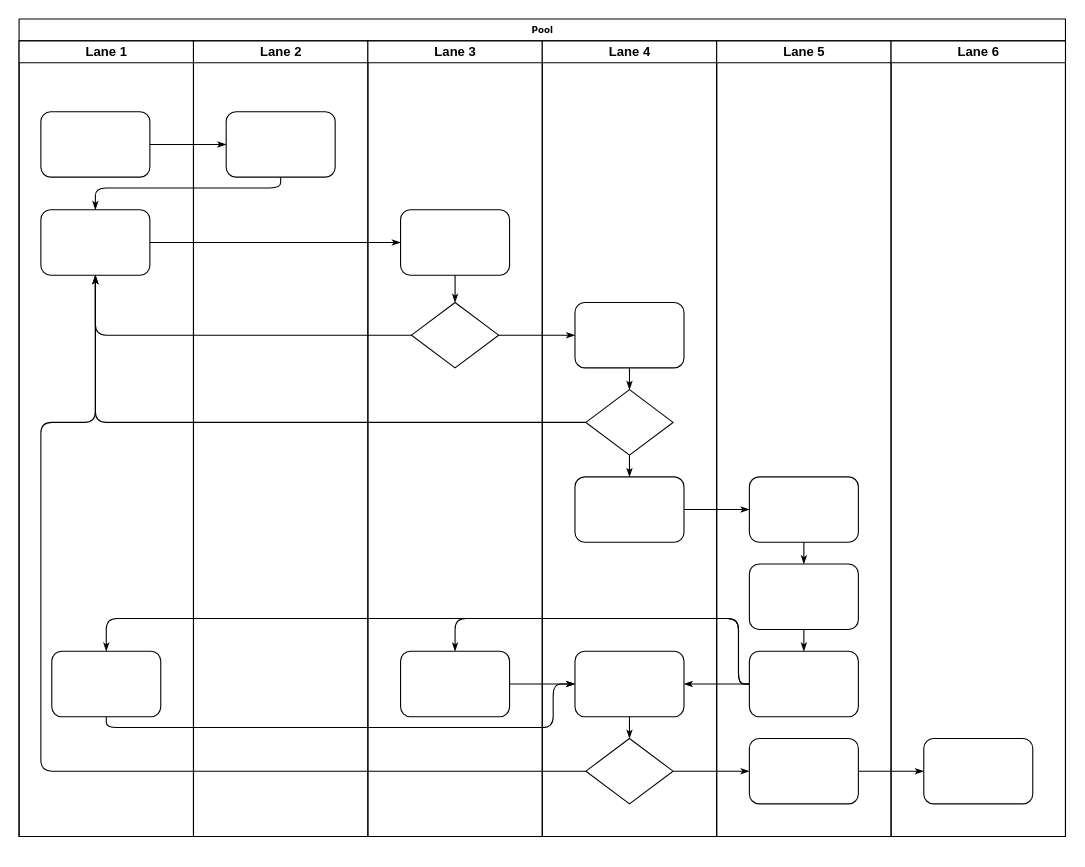
Before: 详细设计流程图.drawio in sachwei/drawio, a draw.io diagram. Source tidied: cells renumbered, new cells numbered last; positions are measured from the earlier drawing's top-left corner, leaving out a move shared by most shapes. Both pictures are drawn from the tidied source at 109%, with x=0, y=0 at pixel (19, 19).
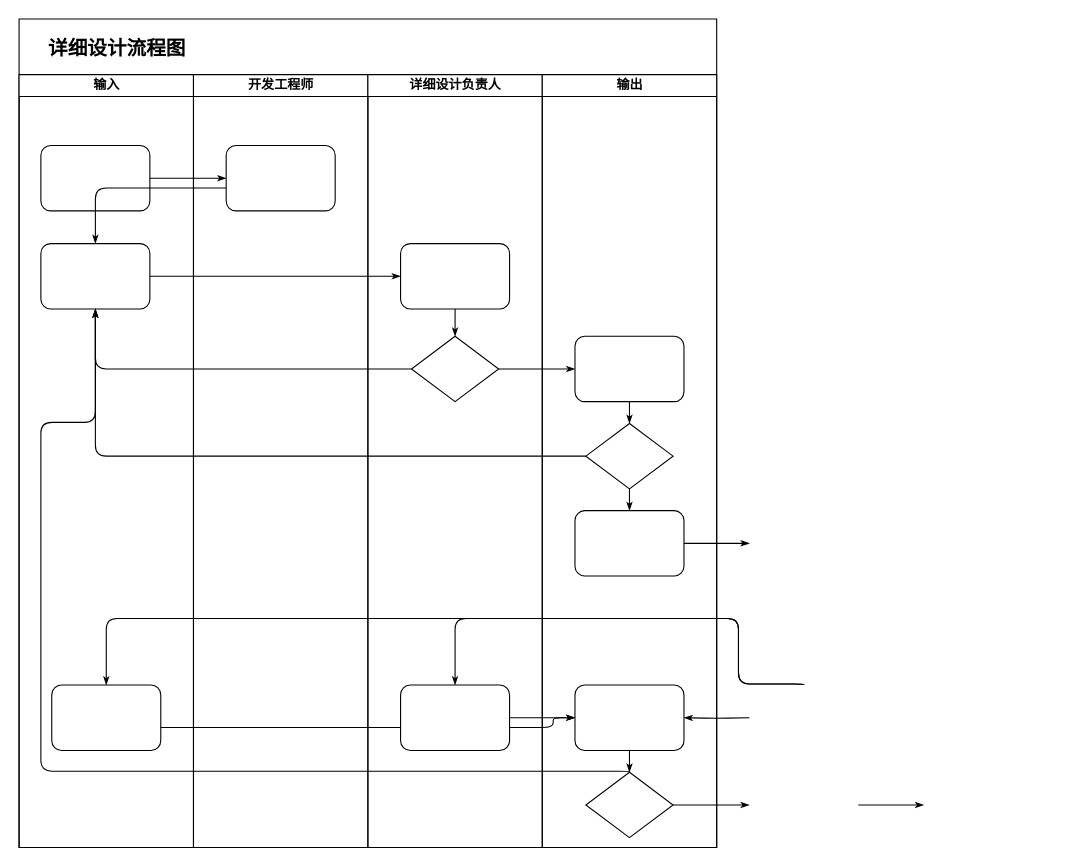
After the change.

Commit message:
更新详细设计流程图.drawio

Unchanged cells that the change refers to:
```xml
<mxCell id="6" style="rounded=1;whiteSpace=wrap;html=1;shadow=0;labelBackgroundColor=none;strokeWidth=1;fontFamily=Verdana;fontSize=8;align=center;" parent="3" vertex="1">
  <mxGeometry x="30" y="560" width="100" height="60" as="geometry" />
</mxCell>
<mxCell id="27" style="rounded=1;whiteSpace=wrap;html=1;shadow=0;labelBackgroundColor=none;strokeWidth=1;fontFamily=Verdana;fontSize=8;align=center;" parent="24" vertex="1">
  <mxGeometry x="30" y="560" width="100" height="60" as="geometry" />
</mxCell>
<mxCell id="32" style="rounded=1;whiteSpace=wrap;html=1;shadow=0;labelBackgroundColor=none;strokeWidth=1;fontFamily=Verdana;fontSize=8;align=center;" parent="29" vertex="1">
  <mxGeometry x="30" y="400" width="100" height="60" as="geometry" />
</mxCell>
<mxCell id="33" style="rounded=1;whiteSpace=wrap;html=1;shadow=0;labelBackgroundColor=none;strokeWidth=1;fontFamily=Verdana;fontSize=8;align=center;" parent="29" vertex="1">
  <mxGeometry x="30" y="560" width="100" height="60" as="geometry" />
</mxCell>
<mxCell id="34" style="rhombus;whiteSpace=wrap;html=1;rounded=0;shadow=0;labelBackgroundColor=none;strokeWidth=1;fontFamily=Verdana;fontSize=8;align=center;" parent="29" vertex="1">
  <mxGeometry x="40" y="640" width="80" height="60" as="geometry" />
</mxCell>
```

What changed in the source:
```diff
@@
-    <mxCell id="2" value="Pool" style="swimlane;html=1;startSize=20;rounded=0;shadow=0;labelBackgroundColor=none;strokeWidth=1;fontFamily=Verdana;fontSize=8;align=center;" parent="1" vertex="1">
-      <mxGeometry width="960" height="750" as="geometry" />
+    <mxCell id="2" value="&lt;font style=&quot;font-size: 18px&quot;&gt;&amp;nbsp; &amp;nbsp; 详细设计流程图&lt;/font&gt;" style="swimlane;html=1;startSize=51;rounded=0;shadow=0;labelBackgroundColor=none;strokeWidth=1;fontFamily=Verdana;fontSize=8;align=left;" parent="1" vertex="1">
+      <mxGeometry width="640" height="760" as="geometry" />
     </mxCell>
-    <mxCell id="3" value="Lane 1" style="swimlane;html=1;startSize=20;" parent="2" vertex="1">
-      <mxGeometry y="20" width="160" height="730" as="geometry" />
+    <mxCell id="3" value="输入" style="swimlane;html=1;startSize=20;" parent="2" vertex="1">
+      <mxGeometry y="51" width="160" height="709" as="geometry" />
     </mxCell>
@@
-    <mxCell id="14" style="edgeStyle=orthogonalEdgeStyle;rounded=1;html=1;labelBackgroundColor=none;startArrow=none;startFill=0;startSize=5;endArrow=classicThin;endFill=1;endSize=5;jettySize=auto;strokeWidth=1;fontFamily=Verdana;fontSize=8;" parent="2" edge="1" source="34" target="42">
-      <mxGeometry relative="1" as="geometry" />
+    <mxCell id="14" style="edgeStyle=orthogonalEdgeStyle;rounded=1;html=1;labelBackgroundColor=none;startArrow=none;startFill=0;startSize=5;endArrow=classicThin;endFill=1;endSize=5;jettySize=auto;strokeWidth=1;fontFamily=Verdana;fontSize=8;" parent="2" edge="1" source="34">
+      <mxGeometry relative="1" as="geometry">
+        <mxPoint x="670" y="721" as="targetPoint" />
+      </mxGeometry>
     </mxCell>
-    <mxCell id="15" style="edgeStyle=orthogonalEdgeStyle;rounded=1;html=1;labelBackgroundColor=none;startArrow=none;startFill=0;startSize=5;endArrow=classicThin;endFill=1;endSize=5;jettySize=auto;strokeWidth=1;fontFamily=Verdana;fontSize=8;" parent="2" edge="1" source="42" target="46">
-      <mxGeometry relative="1" as="geometry" />
+    <mxCell id="15" style="edgeStyle=orthogonalEdgeStyle;rounded=1;html=1;labelBackgroundColor=none;startArrow=none;startFill=0;startSize=5;endArrow=classicThin;endFill=1;endSize=5;jettySize=auto;orthogonalLoop=1;strokeWidth=1;fontFamily=Verdana;fontSize=8;" parent="2" edge="1">
+      <mxGeometry relative="1" as="geometry">
+        <mxPoint x="770" y="721" as="sourcePoint" />
+        <mxPoint x="830" y="721" as="targetPoint" />
+      </mxGeometry>
     </mxCell>
-    <mxCell id="16" style="edgeStyle=orthogonalEdgeStyle;rounded=1;html=1;labelBackgroundColor=none;startArrow=none;startFill=0;startSize=5;endArrow=classicThin;endFill=1;endSize=5;jettySize=auto;strokeWidth=1;fontFamily=Verdana;fontSize=8;" parent="2" edge="1" source="32" target="39">
-      <mxGeometry relative="1" as="geometry" />
+    <mxCell id="16" style="edgeStyle=orthogonalEdgeStyle;rounded=1;html=1;labelBackgroundColor=none;startArrow=none;startFill=0;startSize=5;endArrow=classicThin;endFill=1;endSize=5;jettySize=auto;strokeWidth=1;fontFamily=Verdana;fontSize=8;" parent="2" edge="1" source="32">
+      <mxGeometry relative="1" as="geometry">
+        <mxPoint x="670" y="481" as="targetPoint" />
+      </mxGeometry>
     </mxCell>
-    <mxCell id="17" style="edgeStyle=orthogonalEdgeStyle;rounded=1;html=1;labelBackgroundColor=none;startArrow=none;startFill=0;startSize=5;endArrow=classicThin;endFill=1;endSize=5;jettySize=auto;strokeWidth=1;fontFamily=Verdana;fontSize=8;" parent="2" edge="1" source="41" target="27">
+    <mxCell id="17" style="edgeStyle=orthogonalEdgeStyle;rounded=1;html=1;labelBackgroundColor=none;startArrow=none;startFill=0;startSize=5;endArrow=classicThin;endFill=1;endSize=5;jettySize=auto;strokeWidth=1;fontFamily=Verdana;fontSize=8;" parent="2" edge="1" target="27">
       <mxGeometry relative="1" as="geometry">
+        <mxPoint x="720" y="611" as="sourcePoint" />
         <Array as="points">
           <mxPoint x="660" y="610" />
           <mxPoint x="660" y="550" />
           <mxPoint x="400" y="550" />
         </Array>
       </mxGeometry>
     </mxCell>
-    <mxCell id="18" style="edgeStyle=orthogonalEdgeStyle;rounded=1;html=1;labelBackgroundColor=none;startArrow=none;startFill=0;startSize=5;endArrow=classicThin;endFill=1;endSize=5;jettySize=auto;strokeColor=#000000;strokeWidth=1;fontFamily=Verdana;fontSize=8;fontColor=#000000;" parent="2" edge="1" source="41" target="33">
-      <mxGeometry relative="1" as="geometry" />
+    <mxCell id="18" style="edgeStyle=orthogonalEdgeStyle;rounded=1;html=1;labelBackgroundColor=none;startArrow=none;startFill=0;startSize=5;endArrow=classicThin;endFill=1;endSize=5;jettySize=auto;strokeColor=#000000;strokeWidth=1;fontFamily=Verdana;fontSize=8;fontColor=#000000;" parent="2" edge="1" target="33">
+      <mxGeometry relative="1" as="geometry">
+        <mxPoint x="670" y="641" as="sourcePoint" />
+      </mxGeometry>
     </mxCell>
-    <mxCell id="19" style="edgeStyle=orthogonalEdgeStyle;rounded=1;html=1;labelBackgroundColor=none;startArrow=none;startFill=0;startSize=5;endArrow=classicThin;endFill=1;endSize=5;jettySize=auto;strokeWidth=1;fontFamily=Verdana;fontSize=8;" parent="2" edge="1" source="41" target="6">
+    <mxCell id="19" style="edgeStyle=orthogonalEdgeStyle;rounded=1;html=1;labelBackgroundColor=none;startArrow=none;startFill=0;startSize=5;endArrow=classicThin;endFill=1;endSize=5;jettySize=auto;strokeWidth=1;fontFamily=Verdana;fontSize=8;" parent="2" edge="1" target="6">
       <mxGeometry relative="1" as="geometry">
+        <mxPoint x="720" y="611" as="sourcePoint" />
         <Array as="points">
           <mxPoint x="660" y="610" />
           <mxPoint x="660" y="550" />
           <mxPoint x="80" y="550" />
         </Array>
       </mxGeometry>
     </mxCell>
@@
-    <mxCell id="22" value="Lane 2" style="swimlane;html=1;startSize=20;" parent="2" vertex="1">
-      <mxGeometry x="160" y="20" width="160" height="730" as="geometry" />
+    <mxCell id="22" value="开发工程师" style="swimlane;html=1;startSize=20;" parent="2" vertex="1">
+      <mxGeometry x="160" y="51" width="160" height="709" as="geometry" />
     </mxCell>
@@
-    <mxCell id="24" value="Lane 3" style="swimlane;html=1;startSize=20;" parent="2" vertex="1">
-      <mxGeometry x="320" y="20" width="160" height="730" as="geometry" />
+    <mxCell id="24" value="详细设计负责人" style="swimlane;html=1;startSize=20;" parent="2" vertex="1">
+      <mxGeometry x="320" y="51" width="160" height="709" as="geometry" />
     </mxCell>
@@
-    <mxCell id="29" value="Lane 4" style="swimlane;html=1;startSize=20;" parent="2" vertex="1">
-      <mxGeometry x="480" y="20" width="160" height="730" as="geometry" />
+    <mxCell id="29" value="输出" style="swimlane;html=1;startSize=20;" parent="2" vertex="1">
+      <mxGeometry x="480" y="51" width="160" height="709" as="geometry" />
     </mxCell>
@@
-    <mxCell id="38" value="Lane 5" style="swimlane;html=1;startSize=20;" parent="2" vertex="1">
-      <mxGeometry x="640" y="20" width="160" height="730" as="geometry" />
-    </mxCell>
-    <mxCell id="39" style="rounded=1;whiteSpace=wrap;html=1;shadow=0;labelBackgroundColor=none;strokeWidth=1;fontFamily=Verdana;fontSize=8;align=center;" parent="38" vertex="1">
-      <mxGeometry x="30" y="400" width="100" height="60" as="geometry" />
-    </mxCell>
-    <mxCell id="40" style="rounded=1;whiteSpace=wrap;html=1;shadow=0;labelBackgroundColor=none;strokeWidth=1;fontFamily=Verdana;fontSize=8;align=center;" parent="38" vertex="1">
-      <mxGeometry x="30" y="480" width="100" height="60" as="geometry" />
-    </mxCell>
-    <mxCell id="41" style="rounded=1;whiteSpace=wrap;html=1;shadow=0;labelBackgroundColor=none;strokeWidth=1;fontFamily=Verdana;fontSize=8;align=center;" parent="38" vertex="1">
-      <mxGeometry x="30" y="560" width="100" height="60" as="geometry" />
-    </mxCell>
-    <mxCell id="42" style="rounded=1;whiteSpace=wrap;html=1;shadow=0;labelBackgroundColor=none;strokeWidth=1;fontFamily=Verdana;fontSize=8;align=center;" parent="38" vertex="1">
-      <mxGeometry x="30" y="640" width="100" height="60" as="geometry" />
-    </mxCell>
-    <mxCell id="43" style="edgeStyle=orthogonalEdgeStyle;rounded=1;html=1;labelBackgroundColor=none;startArrow=none;startFill=0;startSize=5;endArrow=classicThin;endFill=1;endSize=5;jettySize=auto;strokeWidth=1;fontFamily=Verdana;fontSize=8;" parent="38" edge="1" source="39" target="40">
-      <mxGeometry relative="1" as="geometry" />
-    </mxCell>
-    <mxCell id="44" style="edgeStyle=orthogonalEdgeStyle;rounded=1;html=1;labelBackgroundColor=none;startArrow=none;startFill=0;startSize=5;endArrow=classicThin;endFill=1;endSize=5;jettySize=auto;strokeWidth=1;fontFamily=Verdana;fontSize=8;" parent="38" edge="1" source="40" target="41">
-      <mxGeometry relative="1" as="geometry" />
-    </mxCell>
-    <mxCell id="45" value="Lane 6" style="swimlane;html=1;startSize=20;" parent="2" vertex="1">
-      <mxGeometry x="800" y="20" width="160" height="730" as="geometry" />
-    </mxCell>
-    <mxCell id="46" style="rounded=1;whiteSpace=wrap;html=1;shadow=0;labelBackgroundColor=none;strokeWidth=1;fontFamily=Verdana;fontSize=8;align=center;" parent="45" vertex="1">
-      <mxGeometry x="30" y="640" width="100" height="60" as="geometry" />
-    </mxCell>
```
